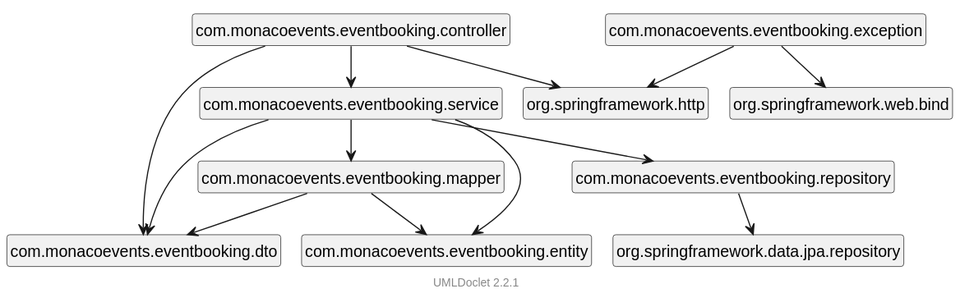
Earlier version of the PlantUML export docs/uml/package-dependencies.svg (LorisDrid/event-booking-api). Source of this version:
```plantuml
@startuml


    !pragma layout smetana
    skinparam backgroundcolor transparent
    set namespaceSeparator none
    hide circle
    hide empty fields
    hide empty methods

    com.monacoevents.eventbooking.controller --> com.monacoevents.eventbooking.service
    com.monacoevents.eventbooking.controller --> org.springframework.http
    com.monacoevents.eventbooking.controller --> com.monacoevents.eventbooking.dto
    com.monacoevents.eventbooking.exception --> org.springframework.http
    com.monacoevents.eventbooking.exception --> org.springframework.web.bind
    com.monacoevents.eventbooking.mapper --> com.monacoevents.eventbooking.entity
    com.monacoevents.eventbooking.mapper --> com.monacoevents.eventbooking.dto
    com.monacoevents.eventbooking.repository --> org.springframework.data.jpa.repository
    com.monacoevents.eventbooking.service --> com.monacoevents.eventbooking.dto
    com.monacoevents.eventbooking.service --> com.monacoevents.eventbooking.repository
    com.monacoevents.eventbooking.service --> com.monacoevents.eventbooking.mapper
    com.monacoevents.eventbooking.service --> com.monacoevents.eventbooking.entity

    class "com.monacoevents.eventbooking.controller" [[..\..\target\reports\apidocs\com\monacoevents\eventbooking\controller\package-summary.html]] {
    }
    class "com.monacoevents.eventbooking.service" [[..\..\target\reports\apidocs\com\monacoevents\eventbooking\service\package-summary.html]] {
    }
    class "com.monacoevents.eventbooking.dto" [[..\..\target\reports\apidocs\com\monacoevents\eventbooking\dto\package-summary.html]] {
    }
    class "com.monacoevents.eventbooking.exception" [[..\..\target\reports\apidocs\com\monacoevents\eventbooking\exception\package-summary.html]] {
    }
    class "com.monacoevents.eventbooking.mapper" [[..\..\target\reports\apidocs\com\monacoevents\eventbooking\mapper\package-summary.html]] {
    }
    class "com.monacoevents.eventbooking.entity" [[..\..\target\reports\apidocs\com\monacoevents\eventbooking\entity\package-summary.html]] {
    }
    class "com.monacoevents.eventbooking.repository" [[..\..\target\reports\apidocs\com\monacoevents\eventbooking\repository\package-summary.html]] {
    }

    <style>
        footer {
            HyperLinkColor #8
            HyperLinkUnderlineThickness 0
        }
    </style>
    footer \n[[https://github.com/talsma-ict/umldoclet UMLDoclet 2.2.1]]
@enduml
```
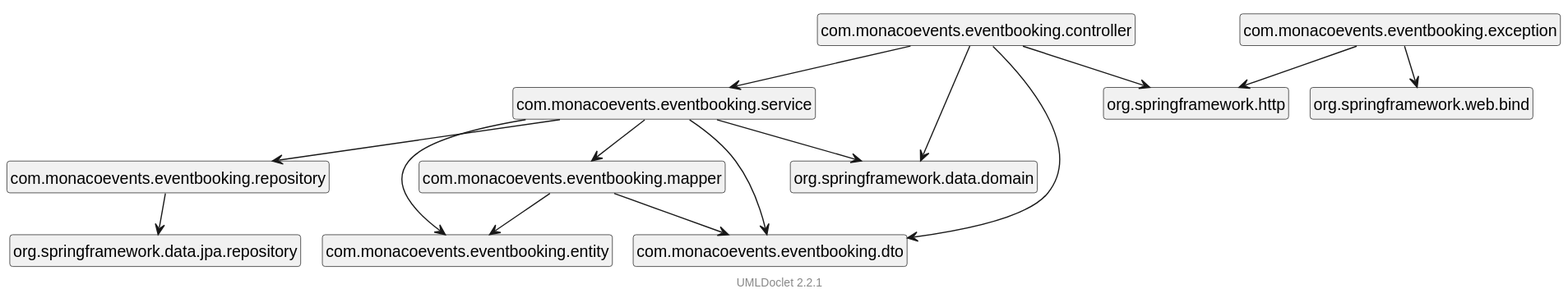
Above is the later version.

Diff of the diagram source:
```diff
@@ -11,12 +11,14 @@
     com.monacoevents.eventbooking.controller --> com.monacoevents.eventbooking.service
     com.monacoevents.eventbooking.controller --> org.springframework.http
     com.monacoevents.eventbooking.controller --> com.monacoevents.eventbooking.dto
+    com.monacoevents.eventbooking.controller --> org.springframework.data.domain
     com.monacoevents.eventbooking.exception --> org.springframework.http
     com.monacoevents.eventbooking.exception --> org.springframework.web.bind
     com.monacoevents.eventbooking.mapper --> com.monacoevents.eventbooking.entity
     com.monacoevents.eventbooking.mapper --> com.monacoevents.eventbooking.dto
     com.monacoevents.eventbooking.repository --> org.springframework.data.jpa.repository
     com.monacoevents.eventbooking.service --> com.monacoevents.eventbooking.dto
+    com.monacoevents.eventbooking.service --> org.springframework.data.domain
     com.monacoevents.eventbooking.service --> com.monacoevents.eventbooking.repository
     com.monacoevents.eventbooking.service --> com.monacoevents.eventbooking.mapper
     com.monacoevents.eventbooking.service --> com.monacoevents.eventbooking.entity
```
